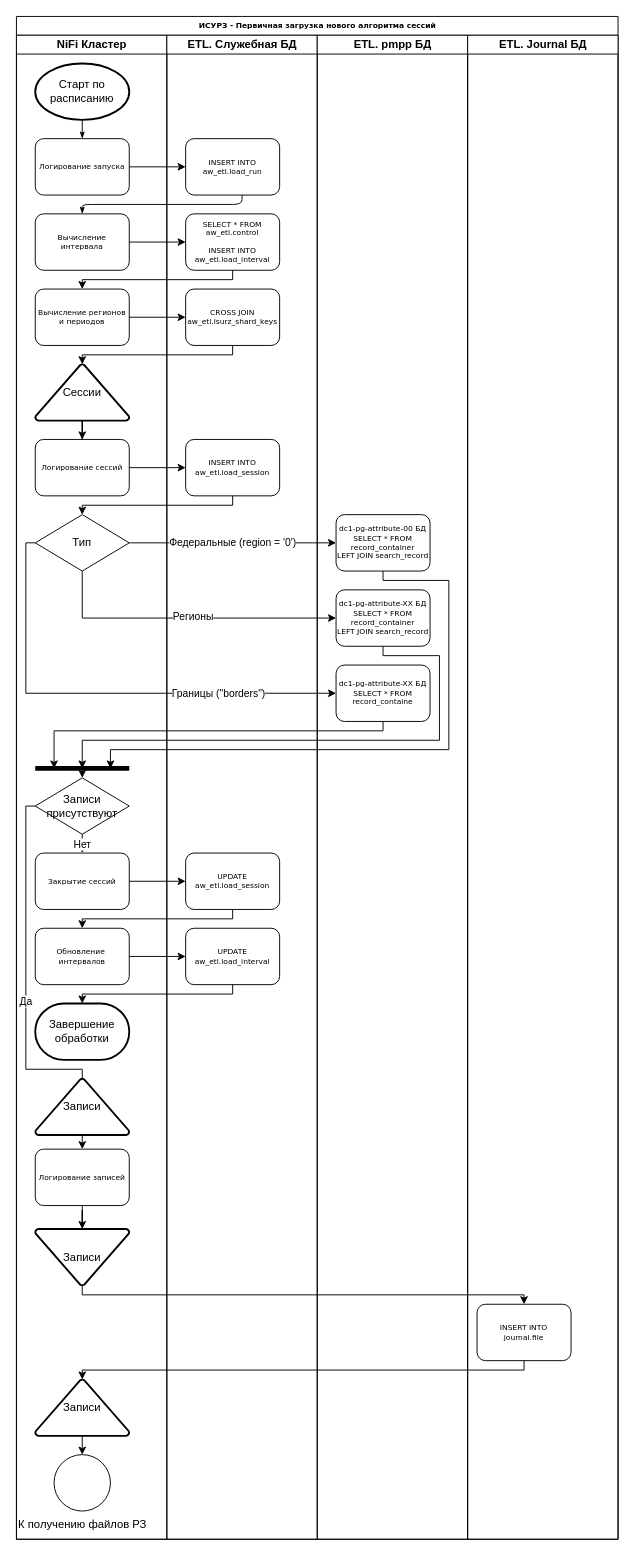
Above: iz.drawio in bedward70/iz (draw.io), before the change. Source tidied: cells renumbered, new cells numbered last; positions are measured from the earlier drawing's top-left corner, leaving out a move shared by most shapes. Both pictures are drawn from the tidied source at 94%, with x=0, y=0 at pixel (16, 16).
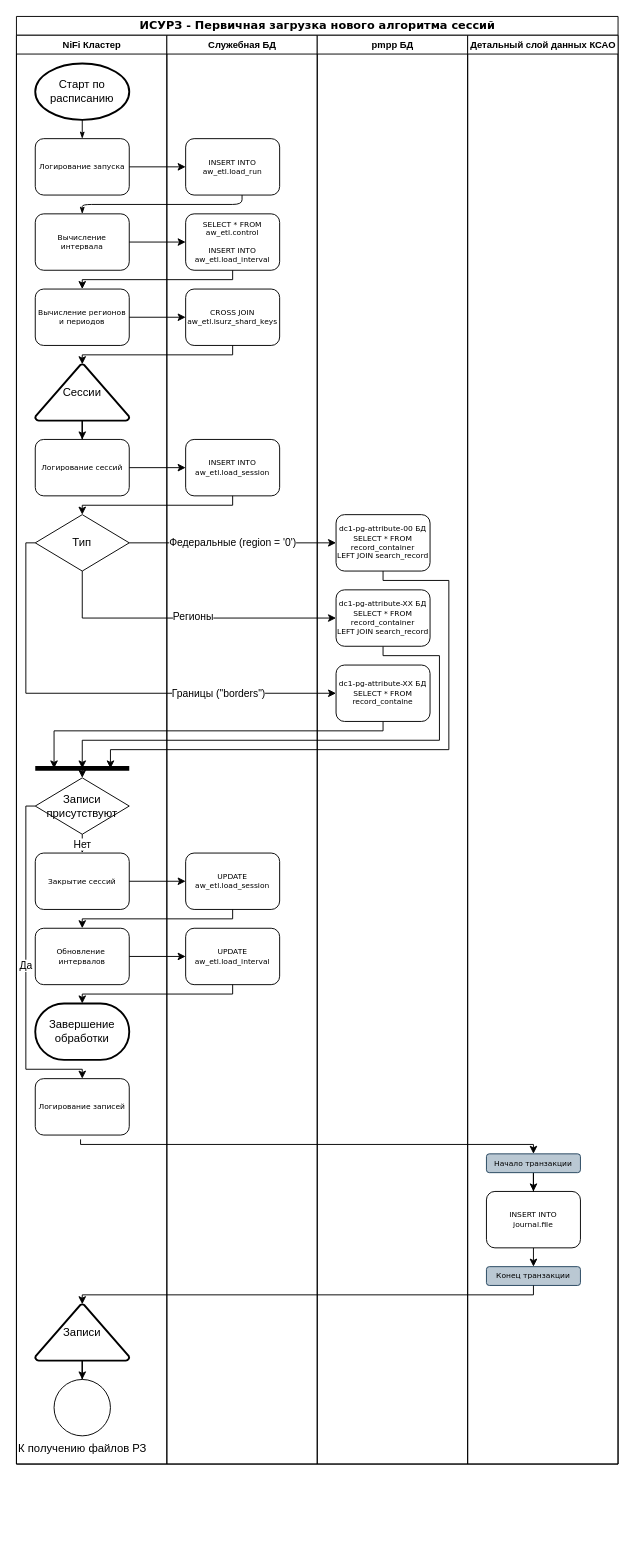
The same page after the edit.

The edit, as a diff of the source:
```diff
@@
-    <mxCell id="2" value="ИСУРЗ -&amp;nbsp;Первичная загрузка нового алгоритма сессий" style="swimlane;html=1;startSize=20;rounded=0;shadow=0;labelBackgroundColor=none;strokeWidth=1;fontFamily=Verdana;fontSize=8;align=center;" parent="1" vertex="1">
-      <mxGeometry width="640" height="1620" as="geometry" />
+    <mxCell id="2" value="&lt;font style=&quot;font-size: 12px;&quot;&gt;ИСУРЗ -&amp;nbsp;Первичная загрузка нового алгоритма сессий&lt;/font&gt;" style="swimlane;html=1;startSize=20;rounded=0;shadow=0;labelBackgroundColor=none;strokeWidth=1;fontFamily=Verdana;fontSize=8;align=center;" parent="1" vertex="1">
+      <mxGeometry width="640" height="1540" as="geometry" />
     </mxCell>
-    <mxCell id="3" value="NiFi Кластер" style="swimlane;html=1;startSize=20;" parent="2" vertex="1">
-      <mxGeometry y="20" width="160" height="1600" as="geometry" />
+    <mxCell id="3" value="&lt;font style=&quot;font-size: 10px;&quot;&gt;NiFi Кластер&lt;/font&gt;" style="swimlane;html=1;startSize=20;" parent="2" vertex="1">
+      <mxGeometry y="20" width="160" height="1520" as="geometry" />
     </mxCell>
@@
-    <mxCell id="20" style="edgeStyle=orthogonalEdgeStyle;rounded=0;jettySize=auto;html=1;" parent="3" edge="1" source="21" target="23">
-      <mxGeometry relative="1" as="geometry" />
-    </mxCell>
     <mxCell id="21" value="Логирование записей" style="rounded=1;whiteSpace=wrap;html=1;shadow=0;labelBackgroundColor=none;strokeWidth=1;fontFamily=Verdana;fontSize=8;align=center;" parent="3" vertex="1">
-      <mxGeometry x="20" y="1185" width="100" height="60" as="geometry" />
+      <mxGeometry x="20" y="1110" width="100" height="60" as="geometry" />
     </mxCell>
-    <mxCell id="22" value="Записи" style="strokeWidth=2;html=1;shape=mxgraph.flowchart.extract_or_measurement;whiteSpace=wrap;" parent="3" vertex="1">
-      <mxGeometry x="20" y="1110" width="100" height="60" as="geometry" />
-    </mxCell>
-    <mxCell id="23" value="Записи" style="strokeWidth=2;html=1;shape=mxgraph.flowchart.merge_or_storage;whiteSpace=wrap;" parent="3" vertex="1">
-      <mxGeometry x="20" y="1270" width="100" height="60" as="geometry" />
-    </mxCell>
-    <mxCell id="24" style="edgeStyle=orthogonalEdgeStyle;rounded=0;jettySize=auto;html=1;" parent="3" edge="1" source="25">
-      <mxGeometry relative="1" as="geometry">
-        <mxPoint x="70" y="1510" as="targetPoint" />
-      </mxGeometry>
-    </mxCell>
+    <mxCell id="63" style="edgeStyle=orthogonalEdgeStyle;rounded=0;jettySize=auto;html=1;" parent="3" edge="1" source="25" target="26">
+      <mxGeometry relative="1" as="geometry" />
+    </mxCell>
     <mxCell id="25" value="Записи" style="strokeWidth=2;html=1;shape=mxgraph.flowchart.extract_or_measurement;whiteSpace=wrap;" parent="3" vertex="1">
-      <mxGeometry x="20" y="1430" width="100" height="60" as="geometry" />
+      <mxGeometry x="20" y="1350" width="100" height="60" as="geometry" />
     </mxCell>
     <mxCell id="26" value="К получению файлов РЗ" style="verticalLabelPosition=bottom;verticalAlign=top;html=1;shape=mxgraph.flowchart.on-page_reference;" parent="3" vertex="1">
-      <mxGeometry x="40" y="1510" width="60" height="60" as="geometry" />
+      <mxGeometry x="40" y="1430" width="60" height="60" as="geometry" />
     </mxCell>
-    <mxCell id="27" value="ETL. Служебная БД" style="swimlane;html=1;startSize=20;" parent="2" vertex="1">
-      <mxGeometry x="160" y="20" width="160" height="1600" as="geometry" />
+    <mxCell id="27" value="&lt;font style=&quot;font-size: 10px;&quot;&gt;Служебная БД&lt;/font&gt;" style="swimlane;html=1;startSize=20;" parent="2" vertex="1">
+      <mxGeometry x="160" y="20" width="160" height="1520" as="geometry" />
     </mxCell>
@@
-    <mxCell id="34" value="ETL. pmpp БД" style="swimlane;html=1;startSize=20;" parent="2" vertex="1">
-      <mxGeometry x="320" y="20" width="160" height="1600" as="geometry" />
+    <mxCell id="34" value="&lt;font style=&quot;font-size: 10px;&quot;&gt;pmpp БД&lt;/font&gt;" style="swimlane;html=1;startSize=20;" parent="2" vertex="1">
+      <mxGeometry x="320" y="20" width="160" height="1520" as="geometry" />
     </mxCell>
@@
-    <mxCell id="41" value="ETL. Journal БД" style="swimlane;html=1;startSize=20;" parent="2" vertex="1">
-      <mxGeometry x="480" y="20" width="160" height="1600" as="geometry" />
-    </mxCell>
-    <mxCell id="42" value="INSERT INTO&lt;br&gt;journal.file" style="rounded=1;whiteSpace=wrap;html=1;shadow=0;labelBackgroundColor=none;strokeWidth=1;fontFamily=Verdana;fontSize=8;align=center;" parent="41" vertex="1">
-      <mxGeometry x="10" y="1350" width="100" height="60" as="geometry" />
-    </mxCell>
@@
-    <mxCell id="61" style="edgeStyle=orthogonalEdgeStyle;rounded=0;jettySize=auto;html=1;entryX=0.5;entryY=0;entryDx=0;entryDy=0;" parent="2" edge="1" source="23" target="42">
-      <mxGeometry relative="1" as="geometry">
-        <Array as="points">
-          <mxPoint x="70" y="1360" />
-          <mxPoint x="540" y="1360" />
-        </Array>
-      </mxGeometry>
-    </mxCell>
-    <mxCell id="62" style="edgeStyle=orthogonalEdgeStyle;rounded=0;jettySize=auto;html=1;" parent="2" edge="1" source="42" target="25">
-      <mxGeometry relative="1" as="geometry">
-        <Array as="points">
-          <mxPoint x="540" y="1440" />
-        </Array>
-      </mxGeometry>
-    </mxCell>
+    <mxCell id="41" value="&lt;font style=&quot;font-size: 10px;&quot;&gt;Детальный слой&amp;nbsp;данных КСАО&lt;/font&gt;" style="swimlane;html=1;startSize=20;" parent="2" vertex="1">
+      <mxGeometry x="480" y="20" width="160" height="1520" as="geometry" />
+    </mxCell>
+    <mxCell id="64" style="edgeStyle=orthogonalEdgeStyle;rounded=0;jettySize=auto;html=1;entryX=0.5;entryY=0;entryDx=0;entryDy=0;exitX=0.5;exitY=1;exitDx=0;exitDy=0;" parent="41" edge="1" source="42" target="67">
+      <mxGeometry relative="1" as="geometry">
+        <Array as="points">
+          <mxPoint x="70" y="1310" />
+          <mxPoint x="70" y="1310" />
+        </Array>
+      </mxGeometry>
+    </mxCell>
+    <mxCell id="42" value="INSERT INTO&lt;br&gt;journal.file" style="rounded=1;whiteSpace=wrap;html=1;shadow=0;labelBackgroundColor=none;strokeWidth=1;fontFamily=Verdana;fontSize=8;align=center;" parent="41" vertex="1">
+      <mxGeometry x="20" y="1230" width="100" height="60" as="geometry" />
+    </mxCell>
+    <mxCell id="65" style="edgeStyle=orthogonalEdgeStyle;rounded=0;jettySize=auto;html=1;entryX=0.5;entryY=0;entryDx=0;entryDy=0;" parent="41" edge="1" source="66" target="42">
+      <mxGeometry relative="1" as="geometry" />
+    </mxCell>
+    <mxCell id="66" value="Начало транзакции" style="rounded=1;whiteSpace=wrap;html=1;shadow=0;labelBackgroundColor=none;strokeWidth=1;fontFamily=Verdana;fontSize=8;align=center;fillColor=#bac8d3;strokeColor=#23445d;" parent="41" vertex="1">
+      <mxGeometry x="20" y="1190" width="100" height="20" as="geometry" />
+    </mxCell>
+    <mxCell id="67" value="Конец транзакции" style="rounded=1;whiteSpace=wrap;html=1;shadow=0;labelBackgroundColor=none;strokeWidth=1;fontFamily=Verdana;fontSize=8;align=center;fillColor=#bac8d3;strokeColor=#23445d;" parent="41" vertex="1">
+      <mxGeometry x="20" y="1310" width="100" height="20" as="geometry" />
+    </mxCell>
+    <mxCell id="20" style="edgeStyle=orthogonalEdgeStyle;rounded=0;jettySize=auto;html=1;exitX=0.482;exitY=1.077;exitDx=0;exitDy=0;exitPerimeter=0;entryX=0.5;entryY=0;entryDx=0;entryDy=0;" parent="2" edge="1" source="21" target="66">
+      <mxGeometry relative="1" as="geometry">
+        <Array as="points">
+          <mxPoint x="68" y="1200" />
+          <mxPoint x="550" y="1200" />
+        </Array>
+      </mxGeometry>
+    </mxCell>
+    <mxCell id="68" style="edgeStyle=orthogonalEdgeStyle;rounded=0;jettySize=auto;html=1;" parent="2" edge="1" source="67" target="25">
+      <mxGeometry relative="1" as="geometry">
+        <Array as="points">
+          <mxPoint x="550" y="1360" />
+          <mxPoint x="70" y="1360" />
+        </Array>
+      </mxGeometry>
+    </mxCell>
```
